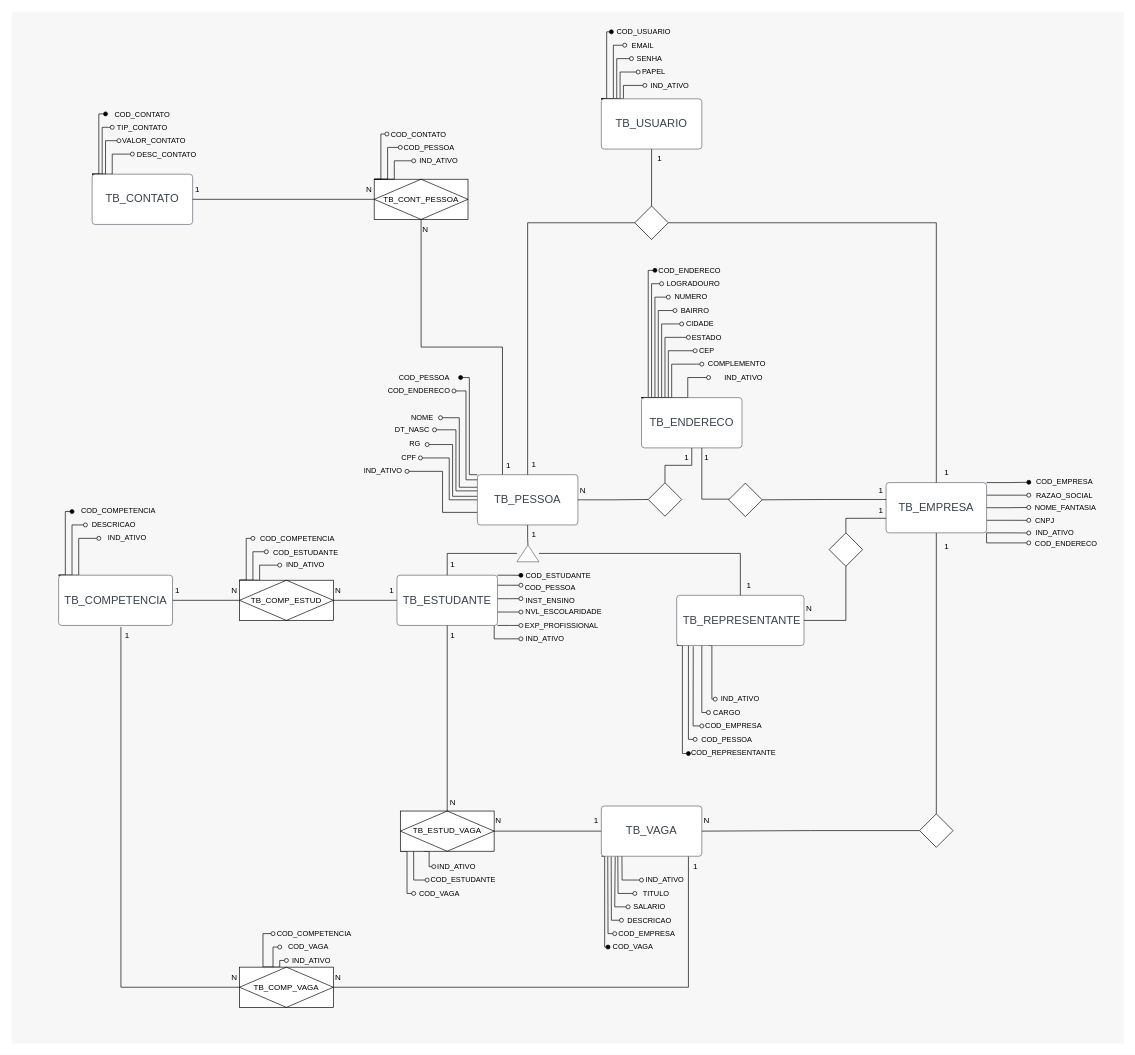
Earlier version of the draw.io diagram artefatos/EstagieeiMER.drawio (EquipeWeCode/documentos). Source tidied: cells renumbered, new cells numbered last; positions are measured from the earlier drawing's top-left corner, leaving out a move shared by most shapes. Both pictures are drawn from the tidied source at 67%, with x=0, y=0 at pixel (11, 11).
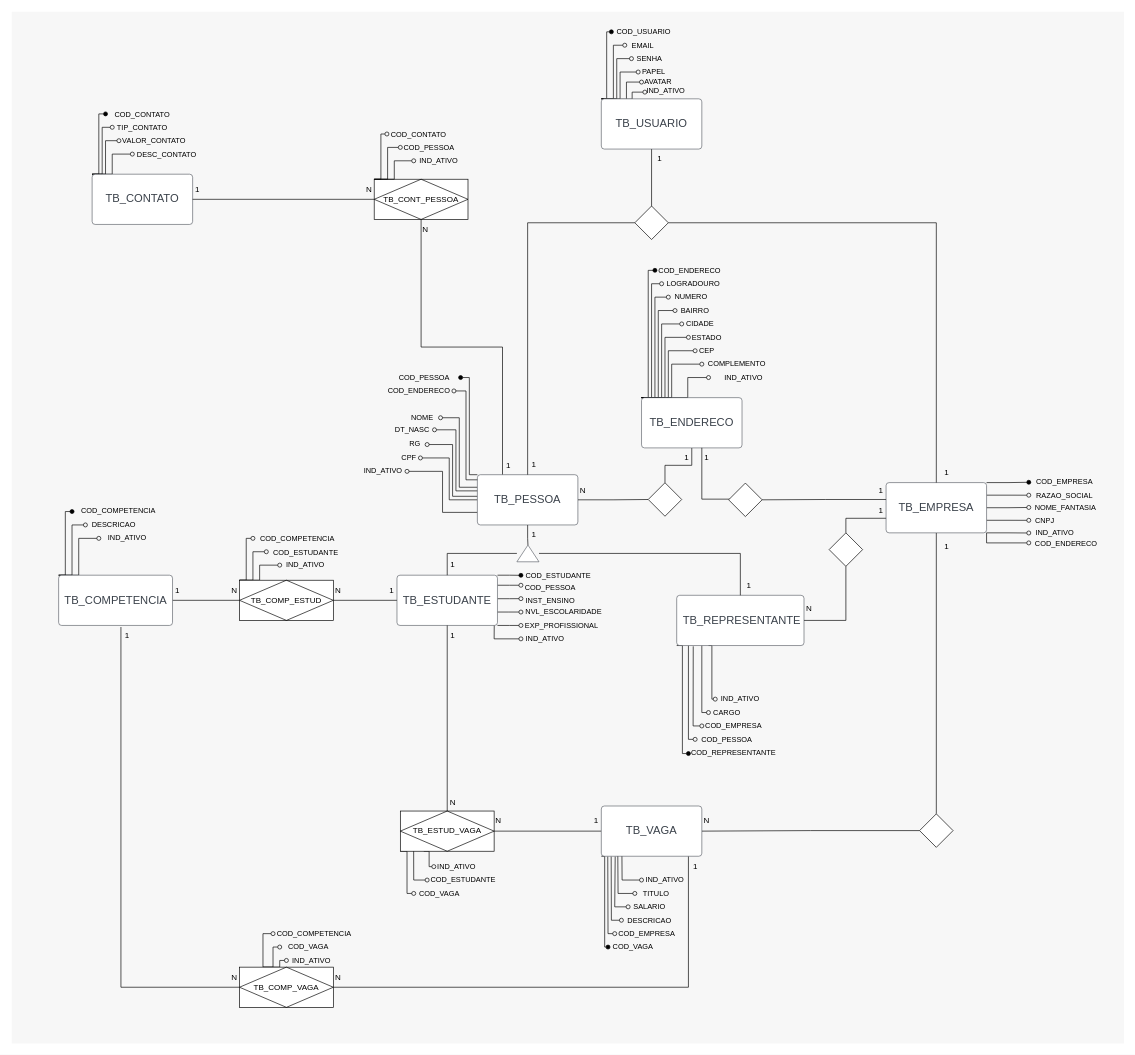
The same page after the edit.

Commit message (it also covers changes not shown here):
adiciona imagens atualizadas do MER e DER incluindo comp_vaga e campo avatar

The change refers to these unchanged cells:
```xml
<mxCell id="40" value="TB_USUARIO" style="html=1;overflow=block;blockSpacing=1;whiteSpace=wrap;fontSize=16.7;fontColor=#3a414a;spacing=9;strokeColor=#3a414a;strokeOpacity=100;rounded=1;absoluteArcSize=1;arcSize=9;strokeWidth=0.8;" parent="1" vertex="1">
  <mxGeometry x="880" y="130" width="150" height="75" as="geometry" />
</mxCell>
```

Diff of the diagram source:
```diff
@@
-    <mxCell id="39" style="edgeStyle=elbowEdgeStyle;rounded=0;jettySize=auto;html=1;exitX=0;exitY=0;exitDx=0;exitDy=0;fontSize=11;startArrow=none;startFill=0;endArrow=oval;endFill=0;" parent="1" edge="1" source="40">
+    <mxCell id="39" style="edgeStyle=elbowEdgeStyle;rounded=0;jettySize=auto;html=1;exitX=0.183;exitY=0.007;exitDx=0;exitDy=0;fontSize=11;startArrow=none;startFill=0;endArrow=oval;endFill=0;exitPerimeter=0;" parent="1" edge="1" source="40">
       <mxGeometry relative="1" as="geometry">
-        <mxPoint x="945" y="110" as="targetPoint" />
+        <mxPoint x="945" y="120" as="targetPoint" />
       </mxGeometry>
     </mxCell>
+    <mxCell id="200" style="edgeStyle=orthogonalEdgeStyle;rounded=0;jettySize=auto;html=1;exitX=0.25;exitY=0;exitDx=0;exitDy=0;endArrow=oval;endFill=0;" parent="1" edge="1" source="40">
+      <mxGeometry relative="1" as="geometry">
+        <mxPoint x="940" y="105" as="targetPoint" />
+        <Array as="points">
+          <mxPoint x="918" y="105" />
+        </Array>
+      </mxGeometry>
+    </mxCell>
@@
     <mxCell id="135" value="IND_ATIVO" style="text;html=1;strokeColor=none;fillColor=none;align=center;verticalAlign=middle;whiteSpace=wrap;rounded=0;fontSize=11;" parent="1" vertex="1">
-      <mxGeometry x="954.9" y="100" width="55.2" height="20" as="geometry" />
+      <mxGeometry x="949" y="108" width="55.2" height="20" as="geometry" />
     </mxCell>
@@
+    <mxCell id="201" value="AVATAR" style="text;html=1;strokeColor=none;fillColor=none;align=center;verticalAlign=middle;whiteSpace=wrap;rounded=0;fontSize=11;" parent="1" vertex="1">
+      <mxGeometry x="942" y="95" width="46" height="20" as="geometry" />
+    </mxCell>
```
